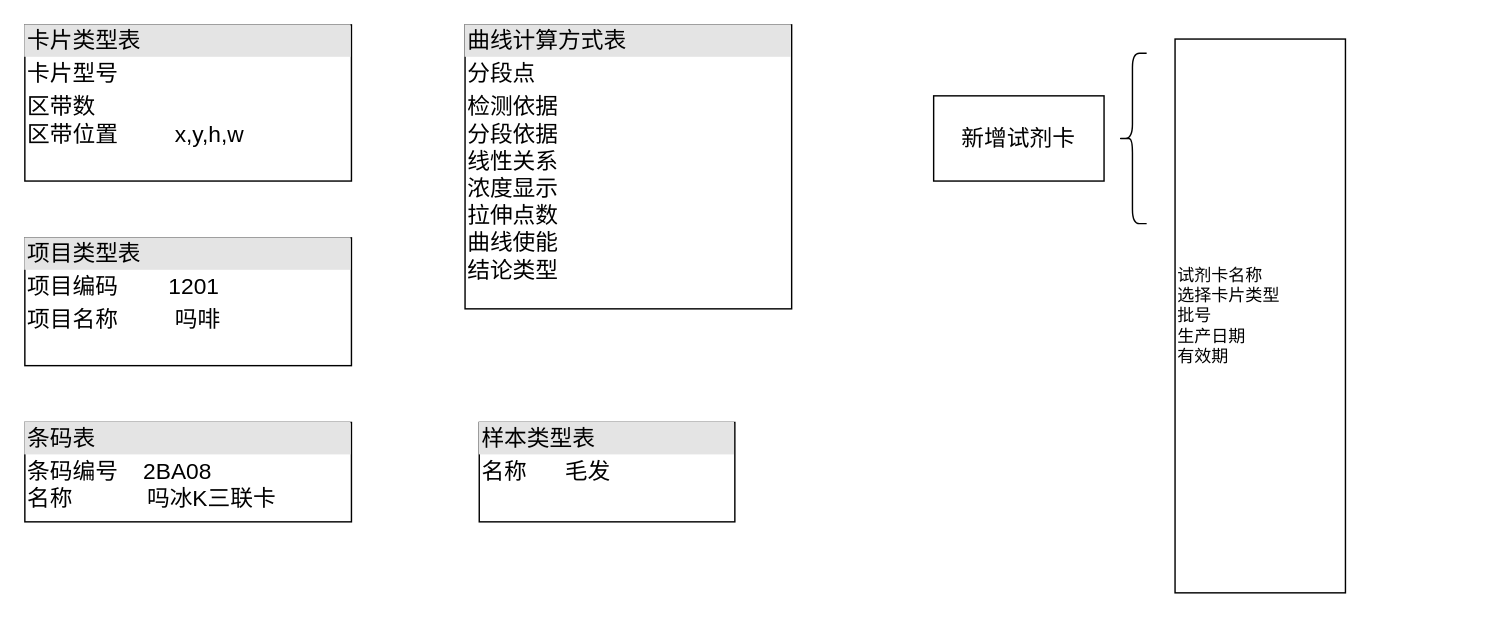
Earlier version of the draw.io diagram page "试剂卡" (2 of 3) of 生产管理系统.drawio (lliecho/test). Source tidied: cells renumbered, new cells numbered last; positions are measured from the earlier drawing's top-left corner, leaving out a move shared by most shapes. Both pictures are drawn from the tidied source at 142%, with x=0, y=0 at pixel (24, 24).
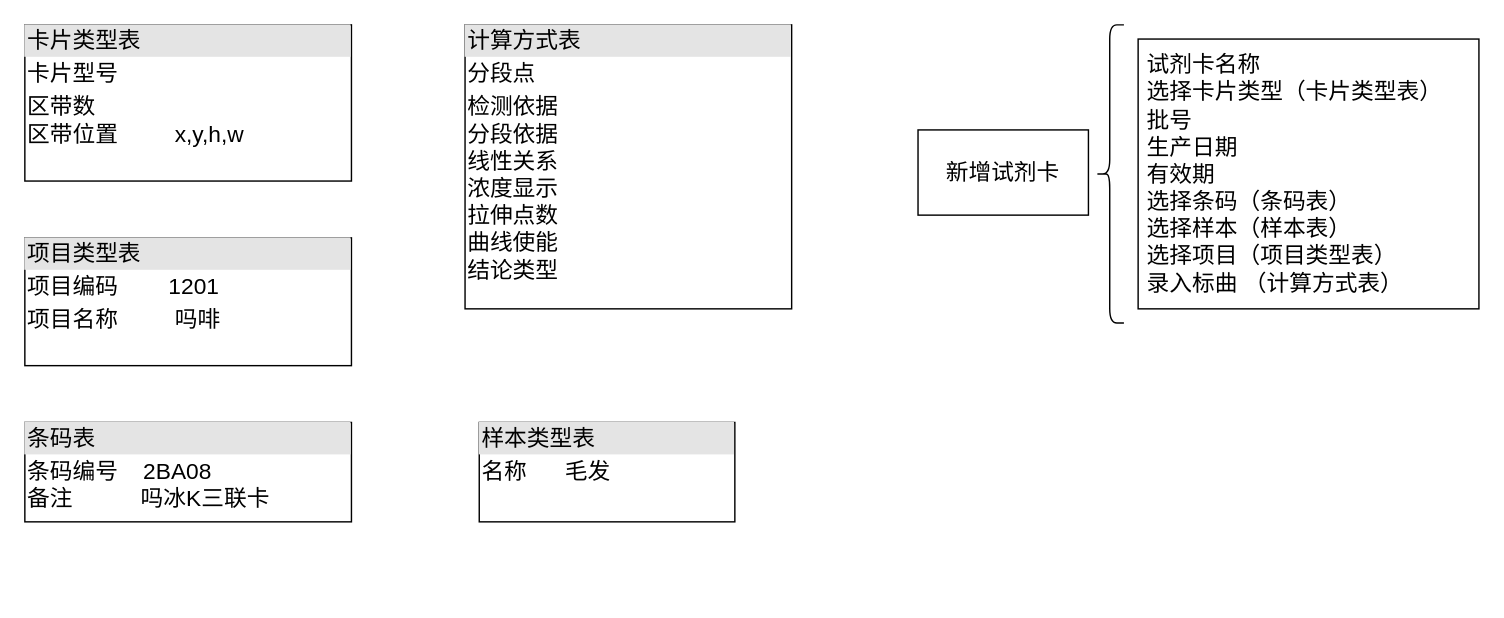
Above is the later version.

Commit message:
更新生产管理系统.drawio

Diff of the diagram source:
```diff
@@
 <mxGraphModel>
   <root>
     <mxCell id="0" />
     <mxCell id="1" parent="0" />
-    <mxCell id="2" value="&lt;div style=&quot;box-sizing: border-box; width: 100%; background: rgb(228, 228, 228); padding: 2px; font-size: 16px;&quot;&gt;曲线计算方式表&lt;/div&gt;&lt;table style=&quot;width: 100%; font-size: 16px;&quot; cellpadding=&quot;2&quot; cellspacing=&quot;0&quot;&gt;&lt;tbody style=&quot;font-size: 16px;&quot;&gt;&lt;tr style=&quot;font-size: 16px;&quot;&gt;&lt;td style=&quot;font-size: 16px;&quot;&gt;分段点&lt;/td&gt;&lt;td style=&quot;font-size: 16px;&quot;&gt;&lt;br&gt;&lt;/td&gt;&lt;/tr&gt;&lt;tr style=&quot;font-size: 16px;&quot;&gt;&lt;td style=&quot;font-size: 16px;&quot;&gt;检测依据&lt;br&gt;分段依据&lt;br&gt;线性关系&lt;br&gt;浓度显示&lt;br&gt;拉伸点数&lt;br&gt;曲线使能&lt;br&gt;结论类型&lt;/td&gt;&lt;td style=&quot;font-size: 16px;&quot;&gt;&lt;br&gt;&lt;/td&gt;&lt;/tr&gt;&lt;tr style=&quot;font-size: 16px;&quot;&gt;&lt;td style=&quot;font-size: 16px;&quot;&gt;&lt;/td&gt;&lt;td style=&quot;font-size: 16px;&quot;&gt;&lt;br&gt;&lt;/td&gt;&lt;/tr&gt;&lt;/tbody&gt;&lt;/table&gt;" style="verticalAlign=top;align=left;overflow=fill;html=1;whiteSpace=wrap;fontSize=16;" parent="1" vertex="1">
+    <mxCell id="2" value="&lt;div style=&quot;box-sizing: border-box; width: 100%; background: rgb(228, 228, 228); padding: 2px; font-size: 16px;&quot;&gt;计算方式表&lt;/div&gt;&lt;table style=&quot;width: 100%; font-size: 16px;&quot; cellpadding=&quot;2&quot; cellspacing=&quot;0&quot;&gt;&lt;tbody style=&quot;font-size: 16px;&quot;&gt;&lt;tr style=&quot;font-size: 16px;&quot;&gt;&lt;td style=&quot;font-size: 16px;&quot;&gt;分段点&lt;/td&gt;&lt;td style=&quot;font-size: 16px;&quot;&gt;&lt;br&gt;&lt;/td&gt;&lt;/tr&gt;&lt;tr style=&quot;font-size: 16px;&quot;&gt;&lt;td style=&quot;font-size: 16px;&quot;&gt;检测依据&lt;br&gt;分段依据&lt;br&gt;线性关系&lt;br&gt;浓度显示&lt;br&gt;拉伸点数&lt;br&gt;曲线使能&lt;br&gt;结论类型&lt;/td&gt;&lt;td style=&quot;font-size: 16px;&quot;&gt;&lt;br&gt;&lt;/td&gt;&lt;/tr&gt;&lt;tr style=&quot;font-size: 16px;&quot;&gt;&lt;td style=&quot;font-size: 16px;&quot;&gt;&lt;/td&gt;&lt;td style=&quot;font-size: 16px;&quot;&gt;&lt;br&gt;&lt;/td&gt;&lt;/tr&gt;&lt;/tbody&gt;&lt;/table&gt;" style="verticalAlign=top;align=left;overflow=fill;html=1;whiteSpace=wrap;fontSize=16;" parent="1" vertex="1">
       <mxGeometry x="310" width="230" height="200" as="geometry" />
     </mxCell>
     <mxCell id="3" value="&lt;div style=&quot;box-sizing: border-box; width: 100%; background: rgb(228, 228, 228); padding: 2px; font-size: 16px;&quot;&gt;卡片类型表&lt;/div&gt;&lt;table style=&quot;width: 100%; font-size: 16px;&quot; cellpadding=&quot;2&quot; cellspacing=&quot;0&quot;&gt;&lt;tbody style=&quot;font-size: 16px;&quot;&gt;&lt;tr style=&quot;font-size: 16px;&quot;&gt;&lt;td style=&quot;font-size: 16px;&quot;&gt;卡片型号&lt;/td&gt;&lt;td style=&quot;font-size: 16px;&quot;&gt;&lt;br&gt;&lt;/td&gt;&lt;/tr&gt;&lt;tr style=&quot;font-size: 16px;&quot;&gt;&lt;td style=&quot;font-size: 16px;&quot;&gt;区带数&lt;br&gt;区带位置&amp;nbsp; &amp;nbsp; &amp;nbsp; &amp;nbsp; &amp;nbsp;x,y,h,w&lt;br&gt;&lt;br&gt;&lt;/td&gt;&lt;td style=&quot;font-size: 16px;&quot;&gt;&lt;br&gt;&lt;/td&gt;&lt;/tr&gt;&lt;tr style=&quot;font-size: 16px;&quot;&gt;&lt;td style=&quot;font-size: 16px;&quot;&gt;&lt;/td&gt;&lt;td style=&quot;font-size: 16px;&quot;&gt;&lt;br&gt;&lt;/td&gt;&lt;/tr&gt;&lt;/tbody&gt;&lt;/table&gt;" style="verticalAlign=top;align=left;overflow=fill;html=1;whiteSpace=wrap;fontSize=16;" parent="1" vertex="1">
       <mxGeometry width="230" height="110" as="geometry" />
     </mxCell>
     <mxCell id="4" value="&lt;div style=&quot;box-sizing: border-box; width: 100%; background: rgb(228, 228, 228); padding: 2px; font-size: 16px;&quot;&gt;项目类型表&lt;/div&gt;&lt;table style=&quot;width: 100%; font-size: 16px;&quot; cellpadding=&quot;2&quot; cellspacing=&quot;0&quot;&gt;&lt;tbody style=&quot;font-size: 16px;&quot;&gt;&lt;tr style=&quot;font-size: 16px;&quot;&gt;&lt;td style=&quot;font-size: 16px;&quot;&gt;项目编码&amp;nbsp; &amp;nbsp; &amp;nbsp; &amp;nbsp; 1201&lt;/td&gt;&lt;td style=&quot;font-size: 16px;&quot;&gt;&lt;br&gt;&lt;/td&gt;&lt;/tr&gt;&lt;tr style=&quot;font-size: 16px;&quot;&gt;&lt;td style=&quot;font-size: 16px;&quot;&gt;项目名称&amp;nbsp; &amp;nbsp; &amp;nbsp; &amp;nbsp; &amp;nbsp;吗啡&lt;br&gt;&lt;br&gt;&lt;br&gt;&lt;/td&gt;&lt;td style=&quot;font-size: 16px;&quot;&gt;&lt;br&gt;&lt;/td&gt;&lt;/tr&gt;&lt;tr style=&quot;font-size: 16px;&quot;&gt;&lt;td style=&quot;font-size: 16px;&quot;&gt;&lt;/td&gt;&lt;td style=&quot;font-size: 16px;&quot;&gt;&lt;br&gt;&lt;/td&gt;&lt;/tr&gt;&lt;/tbody&gt;&lt;/table&gt;" style="verticalAlign=top;align=left;overflow=fill;html=1;whiteSpace=wrap;fontSize=16;" parent="1" vertex="1">
       <mxGeometry y="150" width="230" height="90" as="geometry" />
     </mxCell>
-    <mxCell id="5" value="&lt;div style=&quot;box-sizing: border-box; width: 100%; background: rgb(228, 228, 228); padding: 2px; font-size: 16px;&quot;&gt;条码表&lt;/div&gt;&lt;table style=&quot;width: 100%; font-size: 16px;&quot; cellpadding=&quot;2&quot; cellspacing=&quot;0&quot;&gt;&lt;tbody style=&quot;font-size: 16px;&quot;&gt;&lt;tr style=&quot;font-size: 16px;&quot;&gt;&lt;td style=&quot;font-size: 16px;&quot;&gt;条码编号&amp;nbsp; &amp;nbsp; 2BA08&lt;br&gt;名称&lt;span style=&quot;white-space: pre;&quot;&gt;&#9;&lt;/span&gt;&lt;span style=&quot;white-space: pre;&quot;&gt;&#9;&lt;/span&gt;&amp;nbsp; &amp;nbsp;吗冰K三联卡&lt;/td&gt;&lt;td style=&quot;font-size: 16px;&quot;&gt;&lt;br&gt;&lt;/td&gt;&lt;/tr&gt;&lt;tr style=&quot;font-size: 16px;&quot;&gt;&lt;td style=&quot;font-size: 16px;&quot;&gt;&lt;br&gt;&lt;br&gt;&lt;br&gt;&lt;/td&gt;&lt;td style=&quot;font-size: 16px;&quot;&gt;&lt;br&gt;&lt;/td&gt;&lt;/tr&gt;&lt;tr style=&quot;font-size: 16px;&quot;&gt;&lt;td style=&quot;font-size: 16px;&quot;&gt;&lt;/td&gt;&lt;td style=&quot;font-size: 16px;&quot;&gt;&lt;br&gt;&lt;/td&gt;&lt;/tr&gt;&lt;/tbody&gt;&lt;/table&gt;" style="verticalAlign=top;align=left;overflow=fill;html=1;whiteSpace=wrap;fontSize=16;" parent="1" vertex="1">
+    <mxCell id="5" value="&lt;div style=&quot;box-sizing: border-box; width: 100%; background: rgb(228, 228, 228); padding: 2px; font-size: 16px;&quot;&gt;条码表&lt;/div&gt;&lt;table style=&quot;width: 100%; font-size: 16px;&quot; cellpadding=&quot;2&quot; cellspacing=&quot;0&quot;&gt;&lt;tbody style=&quot;font-size: 16px;&quot;&gt;&lt;tr style=&quot;font-size: 16px;&quot;&gt;&lt;td style=&quot;font-size: 16px;&quot;&gt;条码编号&amp;nbsp; &amp;nbsp; 2BA08&lt;br&gt;备注&lt;span style=&quot;white-space: pre;&quot;&gt;&#9;&lt;/span&gt;&lt;span style=&quot;white-space: pre;&quot;&gt;&#9;&lt;/span&gt;&amp;nbsp; 吗冰K三联卡&lt;/td&gt;&lt;td style=&quot;font-size: 16px;&quot;&gt;&lt;br&gt;&lt;/td&gt;&lt;/tr&gt;&lt;tr style=&quot;font-size: 16px;&quot;&gt;&lt;td style=&quot;font-size: 16px;&quot;&gt;&lt;br&gt;&lt;br&gt;&lt;br&gt;&lt;/td&gt;&lt;td style=&quot;font-size: 16px;&quot;&gt;&lt;br&gt;&lt;/td&gt;&lt;/tr&gt;&lt;tr style=&quot;font-size: 16px;&quot;&gt;&lt;td style=&quot;font-size: 16px;&quot;&gt;&lt;/td&gt;&lt;td style=&quot;font-size: 16px;&quot;&gt;&lt;br&gt;&lt;/td&gt;&lt;/tr&gt;&lt;/tbody&gt;&lt;/table&gt;" style="verticalAlign=top;align=left;overflow=fill;html=1;whiteSpace=wrap;fontSize=16;" parent="1" vertex="1">
       <mxGeometry y="280" width="230" height="70" as="geometry" />
     </mxCell>
     <mxCell id="6" value="&lt;div style=&quot;box-sizing: border-box; width: 100%; background: rgb(228, 228, 228); padding: 2px; font-size: 16px;&quot;&gt;样本类型表&lt;/div&gt;&lt;table style=&quot;width: 100%; font-size: 16px;&quot; cellpadding=&quot;2&quot; cellspacing=&quot;0&quot;&gt;&lt;tbody style=&quot;font-size: 16px;&quot;&gt;&lt;tr style=&quot;font-size: 16px;&quot;&gt;&lt;td style=&quot;font-size: 16px;&quot;&gt;名称&amp;nbsp; &amp;nbsp; &amp;nbsp; 毛发&lt;/td&gt;&lt;td style=&quot;font-size: 16px;&quot;&gt;&lt;br&gt;&lt;/td&gt;&lt;/tr&gt;&lt;tr style=&quot;font-size: 16px;&quot;&gt;&lt;td style=&quot;font-size: 16px;&quot;&gt;&lt;br&gt;&lt;br&gt;&lt;br&gt;&lt;/td&gt;&lt;td style=&quot;font-size: 16px;&quot;&gt;&lt;br&gt;&lt;/td&gt;&lt;/tr&gt;&lt;tr style=&quot;font-size: 16px;&quot;&gt;&lt;td style=&quot;font-size: 16px;&quot;&gt;&lt;/td&gt;&lt;td style=&quot;font-size: 16px;&quot;&gt;&lt;br&gt;&lt;/td&gt;&lt;/tr&gt;&lt;/tbody&gt;&lt;/table&gt;" style="verticalAlign=top;align=left;overflow=fill;html=1;whiteSpace=wrap;fontSize=16;" parent="1" vertex="1">
       <mxGeometry x="320" y="280" width="180" height="70" as="geometry" />
     </mxCell>
     <mxCell id="7" value="新增试剂卡" style="rounded=0;whiteSpace=wrap;html=1;fontSize=16;" parent="1" vertex="1">
-      <mxGeometry x="640" y="50" width="120" height="60" as="geometry" />
+      <mxGeometry x="629" y="74" width="120" height="60" as="geometry" />
     </mxCell>
     <mxCell id="8" style="shape=curlyBracket;whiteSpace=wrap;html=1;rounded=1;labelPosition=left;verticalLabelPosition=middle;align=right;verticalAlign=middle;size=0.5;" parent="1" vertex="1">
-      <mxGeometry x="770" y="20" width="20" height="120" as="geometry" />
+      <mxGeometry x="754" width="20" height="210" as="geometry" />
     </mxCell>
-    <mxCell id="9" value="试剂卡名称&lt;br&gt;选择卡片类型&lt;br&gt;批号&lt;br&gt;生产日期&lt;br&gt;有效期" style="rounded=0;whiteSpace=wrap;html=1;align=left;" parent="1" vertex="1">
-      <mxGeometry x="810" y="10" width="120" height="390" as="geometry" />
+    <mxCell id="9" value="&lt;font style=&quot;font-size: 16px;&quot;&gt;&amp;nbsp;试剂卡名称&lt;br&gt;&amp;nbsp;选择卡片类型（卡片类型表）&lt;br&gt;&amp;nbsp;批号&lt;br&gt;&amp;nbsp;生产日期&lt;br&gt;&amp;nbsp;有效期&lt;br&gt;&amp;nbsp;选择条码（条码表）&lt;br&gt;&amp;nbsp;选择样本（样本表）&lt;br&gt;&amp;nbsp;选择项目（项目类型表）&lt;br&gt;&amp;nbsp;录入标曲 （计算方式表）&lt;br&gt;&lt;/font&gt;" style="rounded=0;whiteSpace=wrap;html=1;align=left;" parent="1" vertex="1">
+      <mxGeometry x="784" y="10" width="240" height="190" as="geometry" />
     </mxCell>
   </root>
 </mxGraphModel>
```
